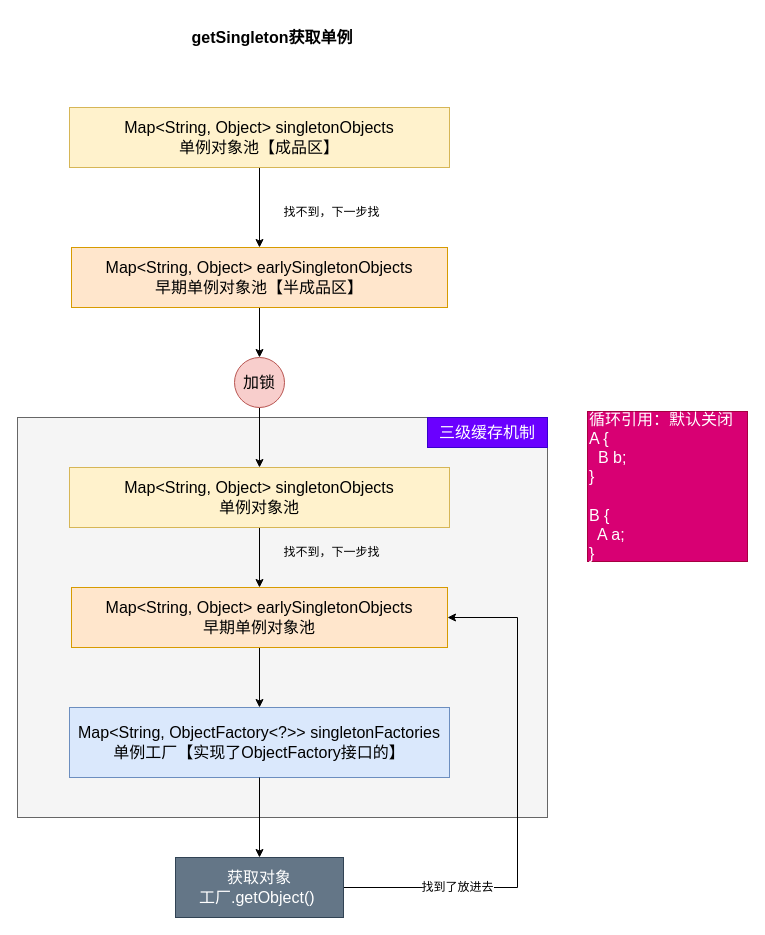
Earlier version of the draw.io diagram files/spring/getSingleton获取单例.drawio (weizhiqimail/draw.io.repo). Source tidied: cells renumbered, new cells numbered last; positions are measured from the earlier drawing's top-left corner, leaving out a move shared by most shapes. Both pictures are drawn from the tidied source at 100%, with x=0, y=0 at pixel (17, 17).
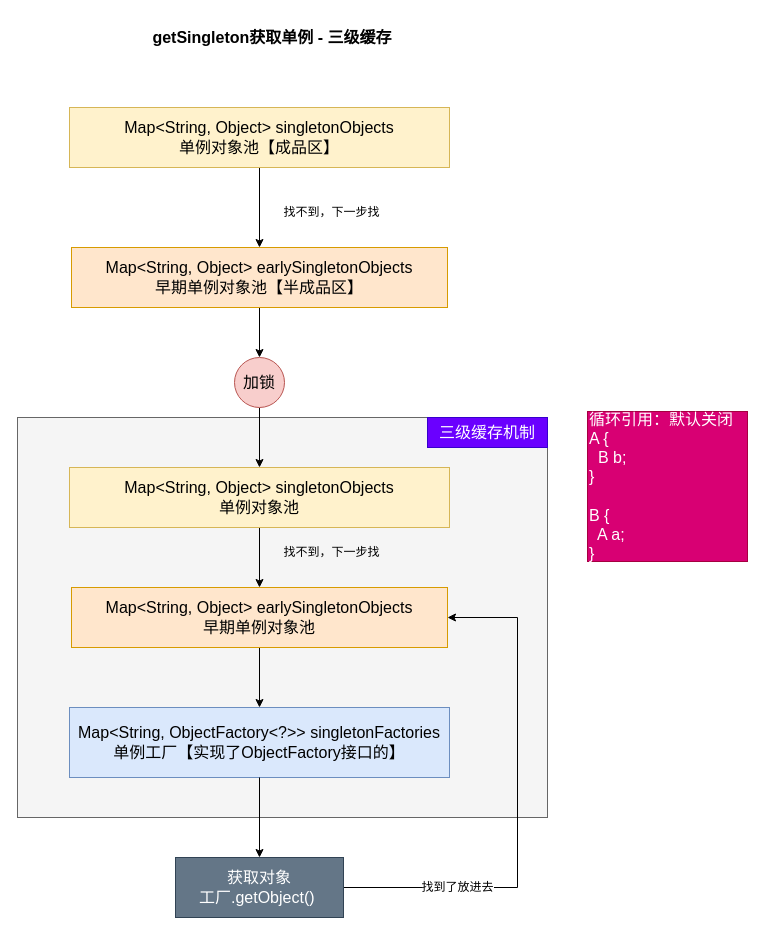
After the change.

Commit message:
更新getSingleton获取单例.drawio

What changed in the source:
```diff
@@
-    <mxCell id="22" value="&lt;font style=&quot;font-size: 16px;&quot;&gt;&lt;b&gt;getSingleton获取单例&lt;/b&gt;&lt;/font&gt;" style="text;html=1;align=center;verticalAlign=middle;whiteSpace=wrap;rounded=0;" parent="1" vertex="1">
+    <mxCell id="22" value="&lt;font style=&quot;font-size: 16px;&quot;&gt;&lt;b&gt;getSingleton获取单例 - 三级缓存&lt;/b&gt;&lt;/font&gt;" style="text;html=1;align=center;verticalAlign=middle;whiteSpace=wrap;rounded=0;" parent="1" vertex="1">
       <mxGeometry x="110" width="290" height="40" as="geometry" />
     </mxCell>
```
